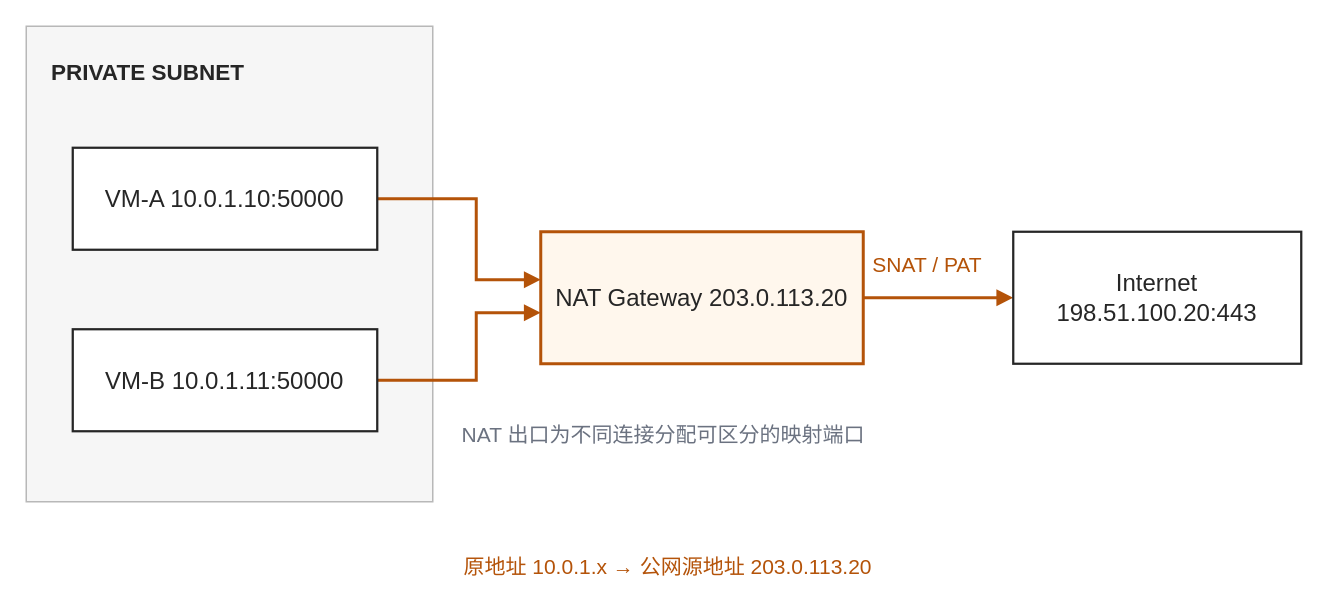
Before: diagrams/nat-gateway.drawio in cafebeef1/cafebeef1.github.io, a draw.io diagram. Source tidied: cells renumbered, new cells numbered last; positions are measured from the earlier drawing's top-left corner, leaving out a move shared by most shapes. Both pictures are drawn from the tidied source at 150%, with x=0, y=0 at pixel (26, 26).
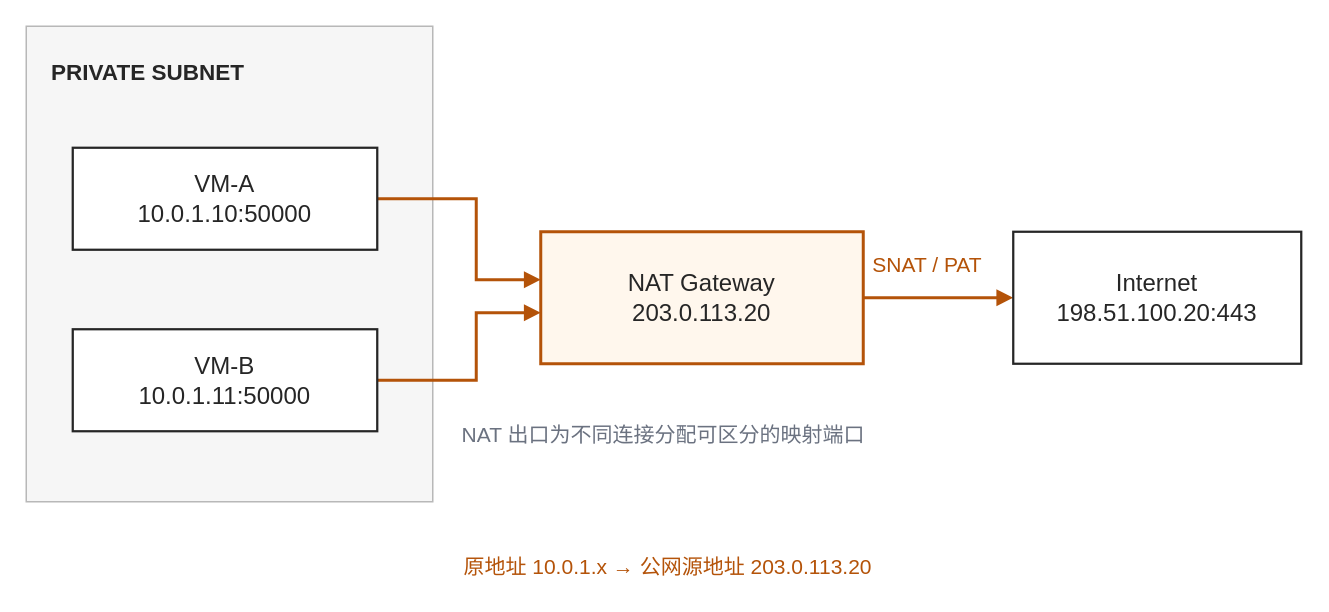
The same page after the edit.

Change to the diagram source:
```diff
@@
 <mxGraphModel>
   <root>
     <mxCell id="0" />
     <mxCell id="1" parent="0" />
     <mxCell id="2" value="PRIVATE SUBNET" style="rounded=0;whiteSpace=wrap;html=0;fillColor=#f6f6f6;strokeColor=#b8b8b8;strokeWidth=1;align=left;verticalAlign=top;spacingTop=15;spacingLeft=15;fontStyle=1;fontSize=15;fontColor=#262626;" parent="1" vertex="1">
       <mxGeometry width="271" height="317" as="geometry" />
     </mxCell>
     <mxCell id="3" style="edgeStyle=none;html=0;rounded=0;strokeColor=#b45309;strokeWidth=2;endArrow=block;endFill=1;" parent="1" edge="1">
       <mxGeometry relative="1" as="geometry">
         <mxPoint x="234" y="115" as="sourcePoint" />
         <mxPoint x="343" y="169" as="targetPoint" />
         <Array as="points">
           <mxPoint x="300" y="115" />
           <mxPoint x="300" y="169" />
         </Array>
       </mxGeometry>
     </mxCell>
     <mxCell id="4" style="edgeStyle=none;html=0;rounded=0;strokeColor=#b45309;strokeWidth=2;endArrow=block;endFill=1;" parent="1" edge="1">
       <mxGeometry relative="1" as="geometry">
         <mxPoint x="234" y="236" as="sourcePoint" />
         <mxPoint x="343" y="191" as="targetPoint" />
         <Array as="points">
           <mxPoint x="300" y="236" />
           <mxPoint x="300" y="191" />
         </Array>
       </mxGeometry>
     </mxCell>
     <mxCell id="5" style="edgeStyle=none;html=0;rounded=0;strokeColor=#b45309;strokeWidth=2;endArrow=block;endFill=1;" parent="1" edge="1">
       <mxGeometry relative="1" as="geometry">
         <mxPoint x="558" y="181" as="sourcePoint" />
         <mxPoint x="658" y="181" as="targetPoint" />
       </mxGeometry>
     </mxCell>
-    <mxCell id="6" value="VM-A 10.0.1.10:50000" style="rounded=0;whiteSpace=wrap;html=0;fillColor=#fff;strokeColor=#262626;strokeWidth=1.5;fontSize=16;fontColor=#262626;align=center;verticalAlign=middle;spacing=5;" parent="1" vertex="1">
+    <mxCell id="6" value="VM-A&#10;10.0.1.10:50000" style="rounded=0;whiteSpace=wrap;html=0;fillColor=#fff;strokeColor=#262626;strokeWidth=1.5;fontSize=16;fontColor=#262626;align=center;verticalAlign=middle;spacing=5;" parent="1" vertex="1">
       <mxGeometry x="31" y="81" width="203" height="68" as="geometry" />
     </mxCell>
-    <mxCell id="7" value="VM-B 10.0.1.11:50000" style="rounded=0;whiteSpace=wrap;html=0;fillColor=#fff;strokeColor=#262626;strokeWidth=1.5;fontSize=16;fontColor=#262626;align=center;verticalAlign=middle;spacing=5;" parent="1" vertex="1">
+    <mxCell id="7" value="VM-B&#10;10.0.1.11:50000" style="rounded=0;whiteSpace=wrap;html=0;fillColor=#fff;strokeColor=#262626;strokeWidth=1.5;fontSize=16;fontColor=#262626;align=center;verticalAlign=middle;spacing=5;" parent="1" vertex="1">
       <mxGeometry x="31" y="202" width="203" height="68" as="geometry" />
     </mxCell>
-    <mxCell id="8" value="NAT Gateway 203.0.113.20" style="rounded=0;whiteSpace=wrap;html=0;fillColor=#fff7ed;strokeColor=#b45309;strokeWidth=2;fontSize=16;fontColor=#262626;align=center;verticalAlign=middle;spacing=5;" parent="1" vertex="1">
+    <mxCell id="8" value="NAT Gateway&#10;203.0.113.20" style="rounded=0;whiteSpace=wrap;html=0;fillColor=#fff7ed;strokeColor=#b45309;strokeWidth=2;fontSize=16;fontColor=#262626;align=center;verticalAlign=middle;spacing=5;" parent="1" vertex="1">
       <mxGeometry x="343" y="137" width="215" height="88" as="geometry" />
     </mxCell>
-    <mxCell id="9" value="Internet 198.51.100.20:443" style="rounded=0;whiteSpace=wrap;html=0;fillColor=#fff;strokeColor=#262626;strokeWidth=1.5;fontSize=16;fontColor=#262626;align=center;verticalAlign=middle;spacing=5;" parent="1" vertex="1">
+    <mxCell id="9" value="Internet&#10;198.51.100.20:443" style="rounded=0;whiteSpace=wrap;html=0;fillColor=#fff;strokeColor=#262626;strokeWidth=1.5;fontSize=16;fontColor=#262626;align=center;verticalAlign=middle;spacing=5;" parent="1" vertex="1">
       <mxGeometry x="658" y="137" width="192" height="88" as="geometry" />
     </mxCell>
     <mxCell id="10" value="SNAT / PAT" style="text;html=0;strokeColor=none;fillColor=none;align=center;verticalAlign=middle;fontColor=#b45309;fontSize=14;" parent="1" vertex="1">
       <mxGeometry x="371" y="145" width="460" height="27" as="geometry" />
     </mxCell>
     <mxCell id="11" value="NAT 出口为不同连接分配可区分的映射端口" style="text;html=0;strokeColor=none;fillColor=none;align=center;verticalAlign=middle;fontColor=#6b7280;fontSize=14;" parent="1" vertex="1">
       <mxGeometry x="195" y="258" width="460" height="27" as="geometry" />
     </mxCell>
     <mxCell id="12" value="原地址 10.0.1.x  →  公网源地址 203.0.113.20" style="text;html=0;strokeColor=none;fillColor=none;align=center;verticalAlign=middle;fontColor=#b45309;fontSize=14;" parent="1" vertex="1">
       <mxGeometry x="198" y="346" width="460" height="27" as="geometry" />
     </mxCell>
   </root>
 </mxGraphModel>
```
